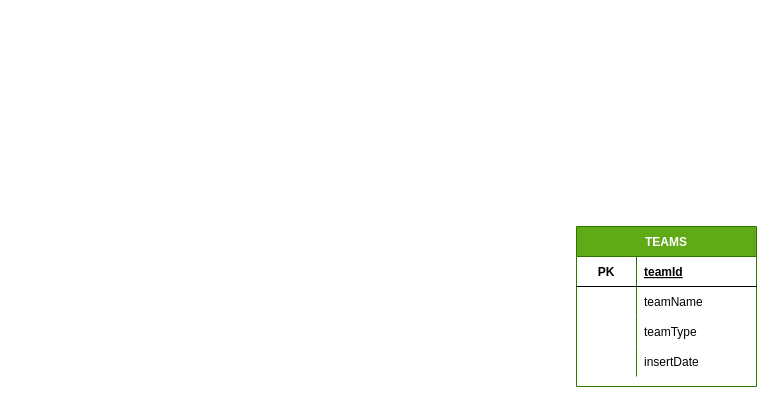
The draw.io diagram soccer/DataModel/soccerModelConcept.drawio in r3card0/soccer.stats, before the edit. Source tidied: cells renumbered, new cells numbered last; positions are measured from the earlier drawing's top-left corner, leaving out a move shared by most shapes. Both pictures are drawn from the tidied source at 100%, with x=0, y=0 at pixel (576, 226).
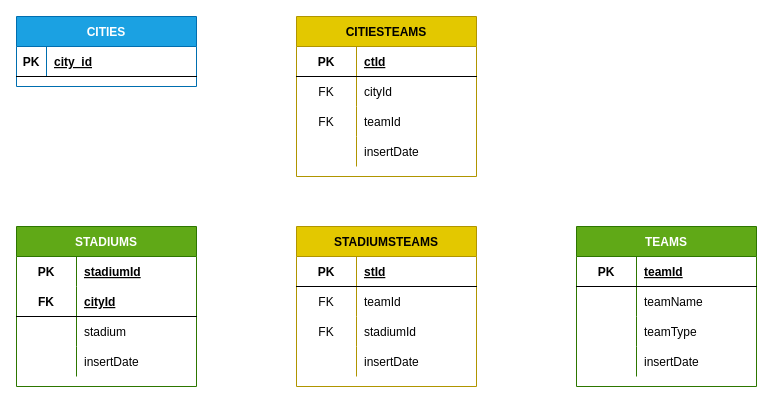
The same diagram, later.

Change to the diagram source:
```diff
@@
+    <mxCell id="15" value="STADIUMSTEAMS" style="shape=table;startSize=30;childLayout=tableLayout;rowLines=0;fontStyle=1;align=center;fillColor=#e3c800;fontColor=#000000;strokeColor=#B09500;" parent="1" vertex="1">
+      <mxGeometry x="-280" width="180" height="160" as="geometry" />
+    </mxCell>
+    <mxCell id="16" style="shape=partialRectangle;fillColor=none;top=0;left=0;bottom=1;right=0;" parent="15" vertex="1">
+      <mxGeometry y="30" width="180" height="30" as="geometry" />
+    </mxCell>
+    <mxCell id="17" value="PK" style="shape=partialRectangle;fillColor=none;top=0;left=0;bottom=0;right=0;fontStyle=1;overflow=hidden;" parent="16" vertex="1">
+      <mxGeometry width="60" height="30" as="geometry" />
+    </mxCell>
+    <mxCell id="18" value="stId" style="shape=partialRectangle;fillColor=none;top=0;left=0;bottom=0;right=0;align=left;spacingLeft=6;fontStyle=5;overflow=hidden;" parent="16" vertex="1">
+      <mxGeometry x="60" width="120" height="30" as="geometry" />
+    </mxCell>
+    <mxCell id="19" style="shape=partialRectangle;fillColor=none;top=0;left=0;bottom=0;right=0;" parent="15" vertex="1">
+      <mxGeometry y="60" width="180" height="30" as="geometry" />
+    </mxCell>
+    <mxCell id="20" value="FK" style="shape=partialRectangle;fillColor=none;top=0;left=0;bottom=0;right=0;overflow=hidden;" parent="19" vertex="1">
+      <mxGeometry width="60" height="30" as="geometry" />
+    </mxCell>
+    <mxCell id="21" value="teamId" style="shape=partialRectangle;fillColor=none;top=0;left=0;bottom=0;right=0;align=left;spacingLeft=6;overflow=hidden;" parent="19" vertex="1">
+      <mxGeometry x="60" width="120" height="30" as="geometry" />
+    </mxCell>
+    <mxCell id="22" style="shape=partialRectangle;fillColor=none;top=0;left=0;bottom=0;right=0;" parent="15" vertex="1">
+      <mxGeometry y="90" width="180" height="30" as="geometry" />
+    </mxCell>
+    <mxCell id="23" value="FK" style="shape=partialRectangle;fillColor=none;top=0;left=0;bottom=0;right=0;overflow=hidden;" parent="22" vertex="1">
+      <mxGeometry width="60" height="30" as="geometry" />
+    </mxCell>
+    <mxCell id="24" value="stadiumId" style="shape=partialRectangle;fillColor=none;top=0;left=0;bottom=0;right=0;align=left;spacingLeft=6;overflow=hidden;" parent="22" vertex="1">
+      <mxGeometry x="60" width="120" height="30" as="geometry" />
+    </mxCell>
+    <mxCell id="25" style="shape=partialRectangle;fillColor=none;top=0;left=0;bottom=0;right=0;" parent="15" vertex="1">
+      <mxGeometry y="120" width="180" height="30" as="geometry" />
+    </mxCell>
+    <mxCell id="26" style="shape=partialRectangle;fillColor=none;top=0;left=0;bottom=0;right=0;overflow=hidden;" parent="25" vertex="1">
+      <mxGeometry width="60" height="30" as="geometry" />
+    </mxCell>
+    <mxCell id="27" value="insertDate" style="shape=partialRectangle;fillColor=none;top=0;left=0;bottom=0;right=0;align=left;spacingLeft=6;overflow=hidden;" parent="25" vertex="1">
+      <mxGeometry x="60" width="120" height="30" as="geometry" />
+    </mxCell>
+    <mxCell id="28" value="STADIUMS" style="shape=table;startSize=30;childLayout=tableLayout;rowLines=0;fontStyle=1;align=center;fillColor=#60a917;fontColor=#ffffff;strokeColor=#2D7600;" parent="1" vertex="1">
+      <mxGeometry x="-560" width="180" height="160" as="geometry" />
+    </mxCell>
+    <mxCell id="29" style="shape=partialRectangle;fillColor=none;top=0;left=0;bottom=0;right=0;" parent="28" vertex="1">
+      <mxGeometry y="30" width="180" height="30" as="geometry" />
+    </mxCell>
+    <mxCell id="30" value="PK" style="shape=partialRectangle;fillColor=none;top=0;left=0;bottom=0;right=0;fontStyle=1;overflow=hidden;" parent="29" vertex="1">
+      <mxGeometry width="60" height="30" as="geometry" />
+    </mxCell>
+    <mxCell id="31" value="stadiumId" style="shape=partialRectangle;fillColor=none;top=0;left=0;bottom=0;right=0;align=left;spacingLeft=6;fontStyle=5;overflow=hidden;" parent="29" vertex="1">
+      <mxGeometry x="60" width="120" height="30" as="geometry" />
+    </mxCell>
+    <mxCell id="32" style="shape=partialRectangle;fillColor=none;top=0;left=0;bottom=1;right=0;" parent="28" vertex="1">
+      <mxGeometry y="60" width="180" height="30" as="geometry" />
+    </mxCell>
+    <mxCell id="33" value="FK" style="shape=partialRectangle;fillColor=none;top=0;left=0;bottom=0;right=0;fontStyle=1;overflow=hidden;" parent="32" vertex="1">
+      <mxGeometry width="60" height="30" as="geometry" />
+    </mxCell>
+    <mxCell id="34" value="cityId" style="shape=partialRectangle;fillColor=none;top=0;left=0;bottom=0;right=0;align=left;spacingLeft=6;fontStyle=5;overflow=hidden;" parent="32" vertex="1">
+      <mxGeometry x="60" width="120" height="30" as="geometry" />
+    </mxCell>
+    <mxCell id="35" style="shape=partialRectangle;fillColor=none;top=0;left=0;bottom=0;right=0;" parent="28" vertex="1">
+      <mxGeometry y="90" width="180" height="30" as="geometry" />
+    </mxCell>
+    <mxCell id="36" style="shape=partialRectangle;fillColor=none;top=0;left=0;bottom=0;right=0;overflow=hidden;" parent="35" vertex="1">
+      <mxGeometry width="60" height="30" as="geometry" />
+    </mxCell>
+    <mxCell id="37" value="stadium" style="shape=partialRectangle;fillColor=none;top=0;left=0;bottom=0;right=0;align=left;spacingLeft=6;overflow=hidden;" parent="35" vertex="1">
+      <mxGeometry x="60" width="120" height="30" as="geometry" />
+    </mxCell>
+    <mxCell id="38" style="shape=partialRectangle;fillColor=none;top=0;left=0;bottom=0;right=0;" parent="28" vertex="1">
+      <mxGeometry y="120" width="180" height="30" as="geometry" />
+    </mxCell>
+    <mxCell id="39" style="shape=partialRectangle;fillColor=none;top=0;left=0;bottom=0;right=0;overflow=hidden;" parent="38" vertex="1">
+      <mxGeometry width="60" height="30" as="geometry" />
+    </mxCell>
+    <mxCell id="40" value="insertDate" style="shape=partialRectangle;fillColor=none;top=0;left=0;bottom=0;right=0;align=left;spacingLeft=6;overflow=hidden;" parent="38" vertex="1">
+      <mxGeometry x="60" width="120" height="30" as="geometry" />
+    </mxCell>
+    <mxCell id="41" value="CITIES" style="shape=table;startSize=30;childLayout=tableLayout;rowLines=0;fontStyle=1;align=center;fillColor=#1ba1e2;fontColor=#ffffff;strokeColor=#006EAF;" parent="1" vertex="1">
+      <mxGeometry x="-560" y="-210" width="180" height="70" as="geometry" />
+    </mxCell>
+    <mxCell id="42" style="shape=partialRectangle;fillColor=none;top=0;left=0;bottom=1;right=0;" parent="41" vertex="1">
+      <mxGeometry y="30" width="180" height="30" as="geometry" />
+    </mxCell>
+    <mxCell id="43" value="PK" style="shape=partialRectangle;fillColor=none;top=0;left=0;bottom=0;right=0;fontStyle=1;overflow=hidden;" parent="42" vertex="1">
+      <mxGeometry width="30" height="30" as="geometry" />
+    </mxCell>
+    <mxCell id="44" value="city_id" style="shape=partialRectangle;fillColor=none;top=0;left=0;bottom=0;right=0;align=left;spacingLeft=6;fontStyle=5;overflow=hidden;" parent="42" vertex="1">
+      <mxGeometry x="30" width="150" height="30" as="geometry" />
+    </mxCell>
+    <mxCell id="45" value="CITIESTEAMS" style="shape=table;startSize=30;childLayout=tableLayout;rowLines=0;fontStyle=1;align=center;fillColor=#e3c800;fontColor=#000000;strokeColor=#B09500;" parent="1" vertex="1">
+      <mxGeometry x="-280" y="-210" width="180" height="160" as="geometry" />
+    </mxCell>
+    <mxCell id="46" style="shape=partialRectangle;fillColor=none;top=0;left=0;bottom=1;right=0;" parent="45" vertex="1">
+      <mxGeometry y="30" width="180" height="30" as="geometry" />
+    </mxCell>
+    <mxCell id="47" value="PK" style="shape=partialRectangle;fillColor=none;top=0;left=0;bottom=0;right=0;fontStyle=1;overflow=hidden;" parent="46" vertex="1">
+      <mxGeometry width="60" height="30" as="geometry" />
+    </mxCell>
+    <mxCell id="48" value="ctId" style="shape=partialRectangle;fillColor=none;top=0;left=0;bottom=0;right=0;align=left;spacingLeft=6;fontStyle=5;overflow=hidden;" parent="46" vertex="1">
+      <mxGeometry x="60" width="120" height="30" as="geometry" />
+    </mxCell>
+    <mxCell id="49" style="shape=partialRectangle;fillColor=none;top=0;left=0;bottom=0;right=0;" parent="45" vertex="1">
+      <mxGeometry y="60" width="180" height="30" as="geometry" />
+    </mxCell>
+    <mxCell id="50" value="FK" style="shape=partialRectangle;fillColor=none;top=0;left=0;bottom=0;right=0;overflow=hidden;" parent="49" vertex="1">
+      <mxGeometry width="60" height="30" as="geometry" />
+    </mxCell>
+    <mxCell id="51" value="cityId" style="shape=partialRectangle;fillColor=none;top=0;left=0;bottom=0;right=0;align=left;spacingLeft=6;overflow=hidden;" parent="49" vertex="1">
+      <mxGeometry x="60" width="120" height="30" as="geometry" />
+    </mxCell>
+    <mxCell id="52" style="shape=partialRectangle;fillColor=none;top=0;left=0;bottom=0;right=0;" parent="45" vertex="1">
+      <mxGeometry y="90" width="180" height="30" as="geometry" />
+    </mxCell>
+    <mxCell id="53" value="FK" style="shape=partialRectangle;fillColor=none;top=0;left=0;bottom=0;right=0;overflow=hidden;" parent="52" vertex="1">
+      <mxGeometry width="60" height="30" as="geometry" />
+    </mxCell>
+    <mxCell id="54" value="teamId" style="shape=partialRectangle;fillColor=none;top=0;left=0;bottom=0;right=0;align=left;spacingLeft=6;overflow=hidden;" parent="52" vertex="1">
+      <mxGeometry x="60" width="120" height="30" as="geometry" />
+    </mxCell>
+    <mxCell id="55" style="shape=partialRectangle;fillColor=none;top=0;left=0;bottom=0;right=0;" parent="45" vertex="1">
+      <mxGeometry y="120" width="180" height="30" as="geometry" />
+    </mxCell>
+    <mxCell id="56" style="shape=partialRectangle;fillColor=none;top=0;left=0;bottom=0;right=0;overflow=hidden;" parent="55" vertex="1">
+      <mxGeometry width="60" height="30" as="geometry" />
+    </mxCell>
+    <mxCell id="57" value="insertDate" style="shape=partialRectangle;fillColor=none;top=0;left=0;bottom=0;right=0;align=left;spacingLeft=6;overflow=hidden;" parent="55" vertex="1">
+      <mxGeometry x="60" width="120" height="30" as="geometry" />
+    </mxCell>
```
